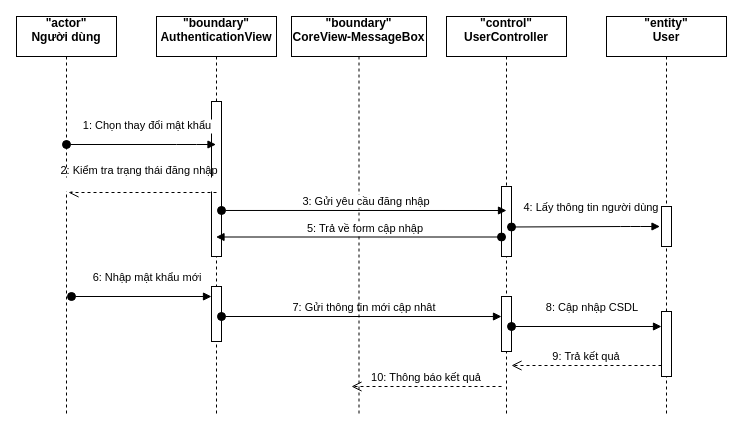
Earlier version of the draw.io diagram Untitled Diagram.drawio (Thanh0803/ns3-project). Source tidied: cells renumbered, new cells numbered last; positions are measured from the earlier drawing's top-left corner, leaving out a move shared by most shapes. Both pictures are drawn from the tidied source at 100%, with x=0, y=0 at pixel (16, 16).
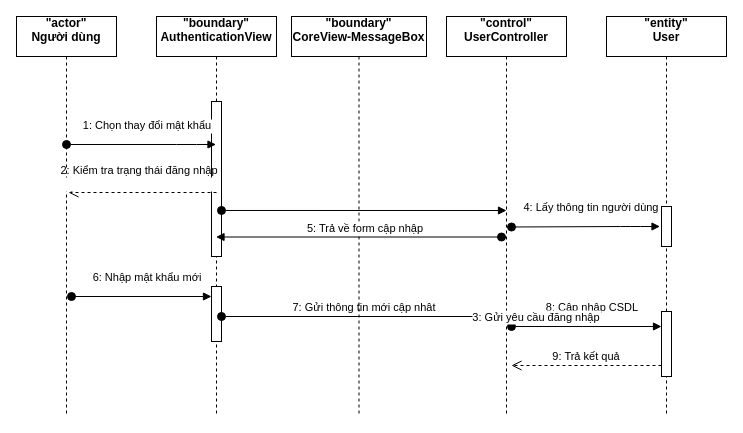
After the change.

Unchanged cells that the change refers to:
```xml
<mxCell id="3" value="&quot;boundary&quot;&#10;AuthenticationView&#10;" style="shape=umlLifeline;perimeter=lifelinePerimeter;rounded=0;shadow=0;strokeWidth=1;fontStyle=1;" parent="1" vertex="1">
  <mxGeometry x="140" width="120" height="400" as="geometry" />
</mxCell>
<mxCell id="4" style="points=[];perimeter=orthogonalPerimeter;rounded=0;shadow=0;strokeWidth=1;" parent="3" vertex="1">
  <mxGeometry x="55" y="85" width="10" height="155" as="geometry" />
</mxCell>
<mxCell id="9" value="&quot;control&quot;&#10;UserController&#10;" style="shape=umlLifeline;perimeter=lifelinePerimeter;rounded=0;shadow=0;strokeWidth=1;fontStyle=1;" parent="1" vertex="1">
  <mxGeometry x="430" width="120" height="400" as="geometry" />
</mxCell>
```

What changed in the source:
```diff
@@
-    <mxCell id="7" value="7: Gửi thông tin mới cập nhât" style="verticalAlign=bottom;startArrow=oval;endArrow=block;startSize=8;shadow=0;strokeWidth=1;exitX=1;exitY=0.703;exitDx=0;exitDy=0;exitPerimeter=0;entryX=0;entryY=0.364;entryDx=0;entryDy=0;entryPerimeter=0;" parent="3" edge="1" target="11">
+    <mxCell id="7" value="7: Gửi thông tin mới cập nhât" style="verticalAlign=bottom;startArrow=oval;endArrow=block;startSize=8;shadow=0;strokeWidth=1;exitX=1;exitY=0.703;exitDx=0;exitDy=0;exitPerimeter=0;entryX=0;entryY=0.364;entryDx=0;entryDy=0;entryPerimeter=0;" parent="3" edge="1">
       <mxGeometry x="0.02" relative="1" as="geometry">
         <mxPoint x="65" y="300" as="sourcePoint" />
+        <mxPoint x="345" y="300" as="targetPoint" />
       </mxGeometry>
     </mxCell>
@@
-    <mxCell id="10" style="perimeter=orthogonalPerimeter;rounded=0;shadow=0;strokeWidth=1;" parent="9" vertex="1">
-      <mxGeometry x="55" y="170" width="10" height="70" as="geometry" />
-    </mxCell>
-    <mxCell id="11" style="points=[];perimeter=orthogonalPerimeter;rounded=0;shadow=0;strokeWidth=1;" parent="9" vertex="1">
-      <mxGeometry x="55" y="280" width="10" height="55" as="geometry" />
-    </mxCell>
@@
-    <mxCell id="15" value="10: Thông báo kết quả" style="verticalAlign=bottom;endArrow=open;dashed=1;endSize=8;shadow=0;strokeWidth=1;" parent="9" edge="1">
-      <mxGeometry relative="1" as="geometry">
-        <mxPoint x="55" y="370" as="sourcePoint" />
-        <mxPoint x="-95" y="370" as="targetPoint" />
-      </mxGeometry>
-    </mxCell>
@@
     <mxCell id="21" value="3: Gửi yêu cầu đăng nhập" style="verticalAlign=bottom;startArrow=oval;endArrow=block;startSize=8;shadow=0;strokeWidth=1;exitX=1;exitY=0.703;exitDx=0;exitDy=0;exitPerimeter=0;" parent="1" edge="1" source="4">
-      <mxGeometry x="0.02" relative="1" as="geometry">
+      <mxGeometry x="1" y="-120" relative="1" as="geometry">
         <mxPoint x="490" y="194" as="targetPoint" />
+        <mxPoint x="30" y="-4" as="offset" />
       </mxGeometry>
     </mxCell>
```
